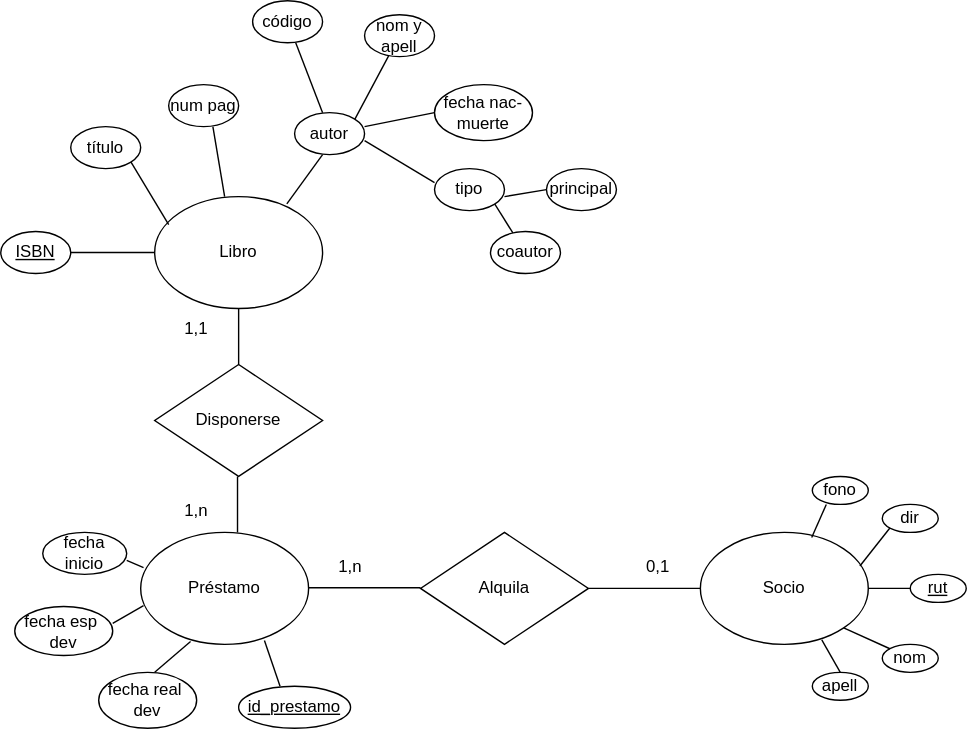
The draw.io diagram modelo conceptual.drawio.svg in FranSantander/-Biblioteca, before a commit. Source tidied: cells renumbered, new cells last; positions are measured from the earlier drawing's top-left corner, leaving out a move shared by most shapes.
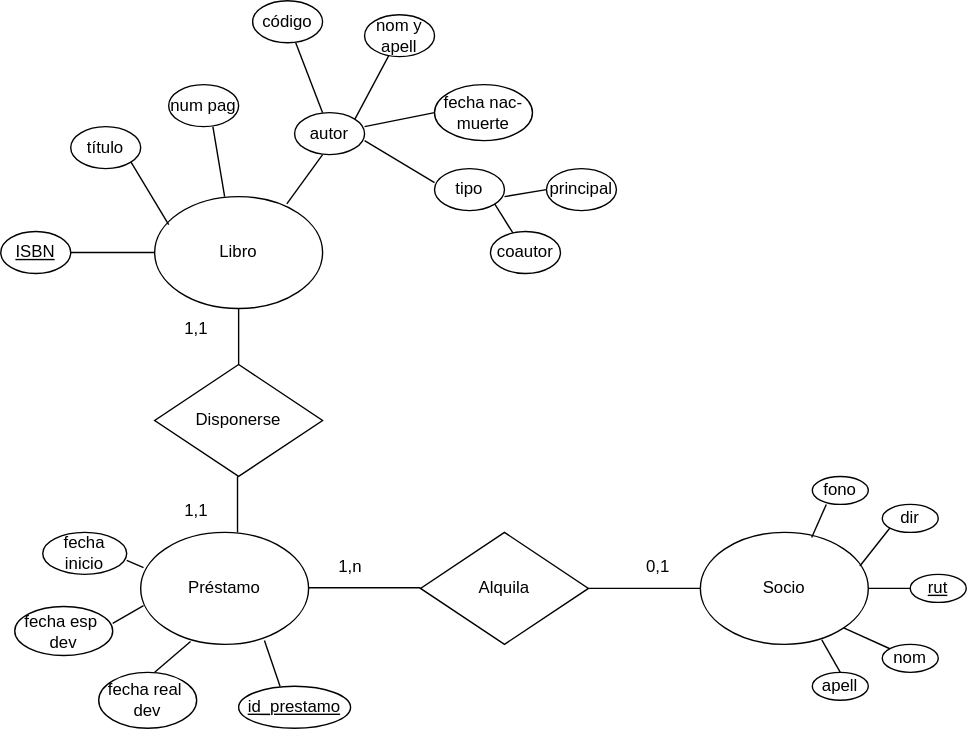
After the commit.

What changed in the source:
```diff
@@ -181,7 +181,7 @@
     <mxCell id="49" value="1,1" style="text;html=1;strokeColor=none;fillColor=none;align=center;verticalAlign=middle;whiteSpace=wrap;rounded=0;" parent="1" vertex="1">
       <mxGeometry x="110" y="220" width="60" height="30" as="geometry" />
     </mxCell>
-    <mxCell id="50" value="1,n" style="text;html=1;strokeColor=none;fillColor=none;align=center;verticalAlign=middle;whiteSpace=wrap;rounded=0;" parent="1" vertex="1">
+    <mxCell id="50" value="1,1" style="text;html=1;strokeColor=none;fillColor=none;align=center;verticalAlign=middle;whiteSpace=wrap;rounded=0;" parent="1" vertex="1">
       <mxGeometry x="110" y="350" width="60" height="30" as="geometry" />
     </mxCell>
     <mxCell id="51" value="&lt;u&gt;id_prestamo&lt;/u&gt;" style="ellipse;whiteSpace=wrap;html=1;" parent="1" vertex="1">
```
